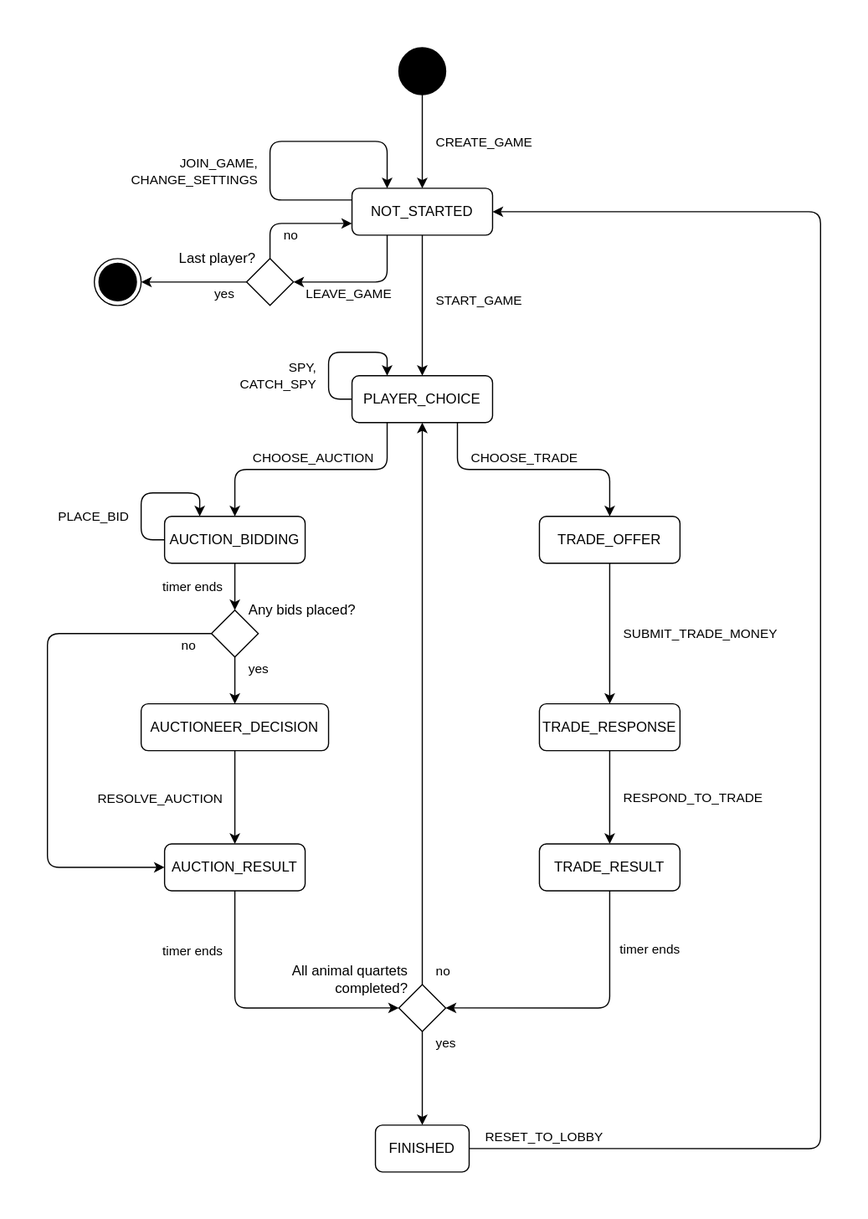
Before: docs/state-machine-diagram.svg, a diagram exported from draw.io (AAUSoftwareEngineering2/SE2_Gruppenprojekt). Source tidied: cells renumbered, new cells last; positions are measured from the earlier drawing's top-left corner, leaving out a move shared by most shapes.
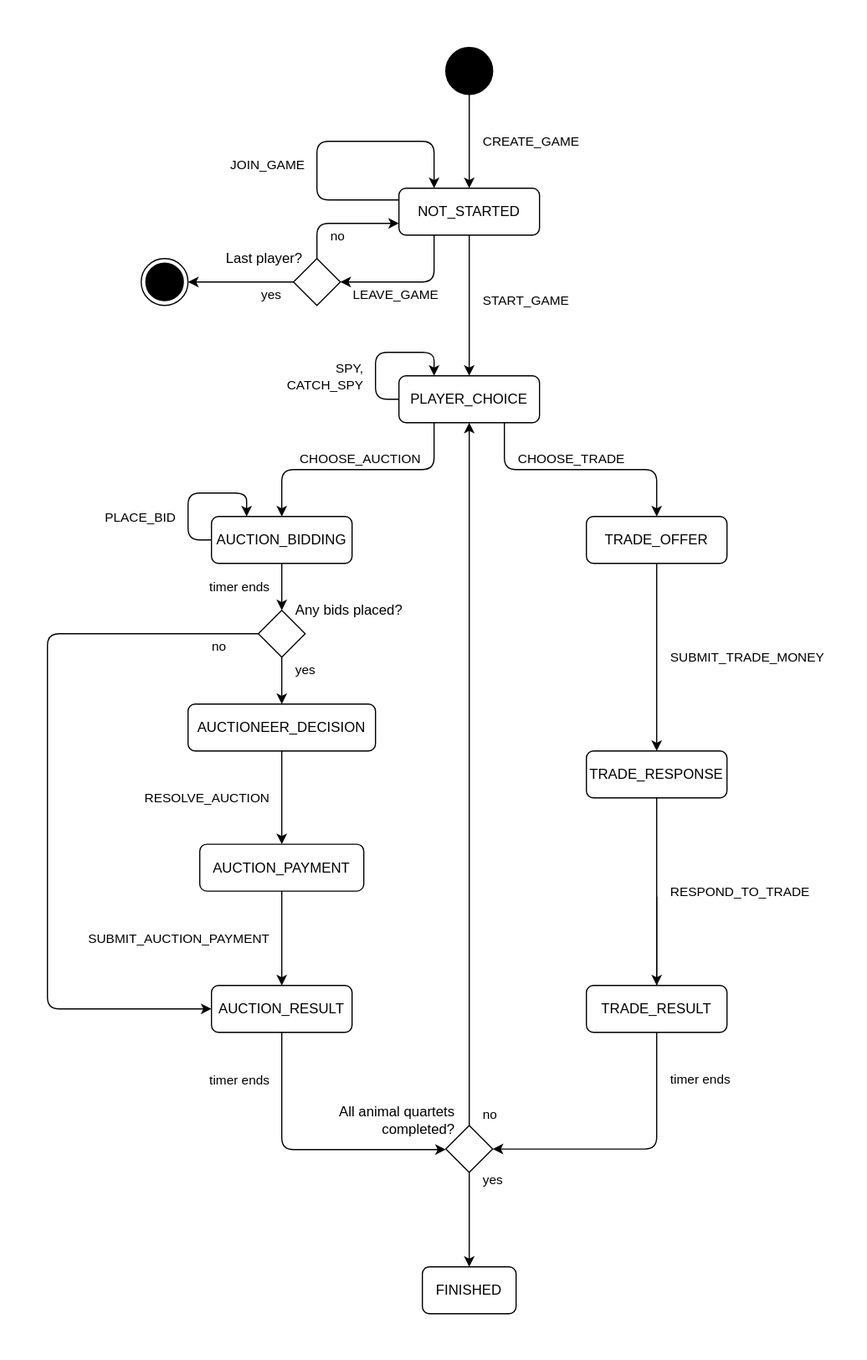
The same file after the commit.

Commit message:
docs: update state machine diagram to reflect current project state

Change to the diagram source:
```diff
@@ -86,13 +86,13 @@
     </mxCell>
     <mxCell id="19" value="SUBMIT_TRADE_MONEY" style="edgeLabel;html=1;align=left;verticalAlign=middle;" parent="18" vertex="1">
       <mxGeometry x="-0.05" y="2" relative="1" as="geometry">
-        <mxPoint x="8" y="3" as="offset" />
+        <mxPoint x="8" y="4" as="offset" />
       </mxGeometry>
     </mxCell>
     <mxCell id="20" value="TRADE_OFFER" style="rounded=1;whiteSpace=wrap;html=1;" parent="1" vertex="1">
       <mxGeometry x="420" y="400" width="120" height="40" as="geometry" />
     </mxCell>
-    <mxCell id="21" style="edgeStyle=orthogonalEdgeStyle;rounded=1;jettySize=auto;html=1;exitX=0.5;exitY=1;exitDx=0;exitDy=0;entryX=0.5;entryY=0;entryDx=0;entryDy=0;curved=0;" parent="1" edge="1" source="23" target="31">
+    <mxCell id="21" style="edgeStyle=orthogonalEdgeStyle;rounded=1;jettySize=auto;html=1;exitX=0.5;exitY=1;exitDx=0;exitDy=0;entryX=0.5;entryY=0;entryDx=0;entryDy=0;curved=0;" parent="1" edge="1" source="23" target="63">
       <mxGeometry relative="1" as="geometry" />
     </mxCell>
     <mxCell id="22" value="RESOLVE_AUCTION" style="edgeLabel;html=1;align=right;verticalAlign=middle;" parent="21" vertex="1">
@@ -100,6 +100,11 @@
         <mxPoint x="-11" y="2" as="offset" />
       </mxGeometry>
     </mxCell>
+    <mxCell id="61" value="SUBMIT_AUCTION_PAYMENT" style="edgeLabel;html=1;align=right;verticalAlign=middle;" parent="21" vertex="1">
+      <mxGeometry x="-0.04" y="1" relative="1" as="geometry">
+        <mxPoint x="-11" y="122" as="offset" />
+      </mxGeometry>
+    </mxCell>
     <mxCell id="23" value="AUCTIONEER_DECISION" style="rounded=1;whiteSpace=wrap;html=1;" parent="1" vertex="1">
       <mxGeometry x="80" y="560" width="160" height="40" as="geometry" />
     </mxCell>
@@ -108,11 +113,11 @@
     </mxCell>
     <mxCell id="25" value="RESPOND_TO_TRADE" style="edgeLabel;html=1;align=left;verticalAlign=middle;" parent="24" vertex="1">
       <mxGeometry x="-0.42" y="1" relative="1" as="geometry">
-        <mxPoint x="9" y="17" as="offset" />
+        <mxPoint x="9" y="33" as="offset" />
       </mxGeometry>
     </mxCell>
     <mxCell id="26" value="TRADE_RESPONSE" style="rounded=1;whiteSpace=wrap;html=1;" parent="1" vertex="1">
-      <mxGeometry x="420" y="560" width="120" height="40" as="geometry" />
+      <mxGeometry x="420" y="600" width="120" height="40" as="geometry" />
     </mxCell>
     <mxCell id="27" style="edgeStyle=orthogonalEdgeStyle;rounded=1;orthogonalLoop=1;jettySize=auto;html=1;exitX=0;exitY=0.5;exitDx=0;exitDy=0;entryX=0.25;entryY=0;entryDx=0;entryDy=0;curved=0;" parent="1" edge="1" source="17" target="17">
       <mxGeometry relative="1" as="geometry">
@@ -131,17 +136,18 @@
     <mxCell id="29" style="edgeStyle=orthogonalEdgeStyle;rounded=1;jettySize=auto;html=1;exitX=0.5;exitY=1;exitDx=0;exitDy=0;entryX=0;entryY=0.5;entryDx=0;entryDy=0;curved=0;" parent="1" edge="1" source="31" target="41">
       <mxGeometry relative="1" as="geometry">
         <Array as="points">
-          <mxPoint x="160" y="819.6" />
+          <mxPoint x="160" y="940" />
+          <mxPoint x="300" y="940" />
         </Array>
       </mxGeometry>
     </mxCell>
     <mxCell id="30" value="timer ends" style="edgeLabel;html=1;align=right;verticalAlign=middle;" parent="29" vertex="1">
       <mxGeometry x="-0.33" relative="1" as="geometry">
-        <mxPoint x="-10" y="-30" as="offset" />
+        <mxPoint x="-10" y="-41" as="offset" />
       </mxGeometry>
     </mxCell>
     <mxCell id="31" value="AUCTION_RESULT" style="rounded=1;whiteSpace=wrap;html=1;" parent="1" vertex="1">
-      <mxGeometry x="100" y="679.6" width="120" height="40" as="geometry" />
+      <mxGeometry x="100" y="800" width="120" height="40" as="geometry" />
     </mxCell>
     <mxCell id="32" style="edgeStyle=orthogonalEdgeStyle;rounded=1;orthogonalLoop=1;jettySize=auto;html=1;exitX=0;exitY=0.25;exitDx=0;exitDy=0;entryX=0.25;entryY=0;entryDx=0;entryDy=0;curved=0;" parent="1" edge="1" source="6" target="6">
       <mxGeometry relative="1" as="geometry">
@@ -152,9 +158,9 @@
         </Array>
       </mxGeometry>
     </mxCell>
-    <mxCell id="33" value="JOIN_GAME,&lt;div&gt;CHANGE_SETTINGS&lt;/div&gt;" style="edgeLabel;html=1;align=right;verticalAlign=middle;" parent="32" vertex="1">
+    <mxCell id="33" value="JOIN_GAME" style="edgeLabel;html=1;align=right;verticalAlign=middle;" parent="32" vertex="1">
       <mxGeometry x="-0.17" y="-2" relative="1" as="geometry">
-        <mxPoint x="-12" y="13" as="offset" />
+        <mxPoint x="-12" y="7" as="offset" />
       </mxGeometry>
     </mxCell>
     <mxCell id="34" style="edgeStyle=orthogonalEdgeStyle;rounded=1;jettySize=auto;html=1;exitX=0.5;exitY=1;exitDx=0;exitDy=0;entryX=1;entryY=0.5;entryDx=0;entryDy=0;curved=0;" parent="1" edge="1" source="36" target="41">
@@ -167,11 +173,11 @@
     </mxCell>
     <mxCell id="35" value="timer ends" style="edgeLabel;html=1;align=left;verticalAlign=middle;" parent="34" vertex="1">
       <mxGeometry x="-0.36" y="1" relative="1" as="geometry">
-        <mxPoint x="6" y="-27" as="offset" />
+        <mxPoint x="9" y="127" as="offset" />
       </mxGeometry>
     </mxCell>
     <mxCell id="36" value="TRADE_RESULT" style="rounded=1;whiteSpace=wrap;html=1;" parent="1" vertex="1">
-      <mxGeometry x="420" y="679.6" width="120" height="40" as="geometry" />
+      <mxGeometry x="420" y="800" width="120" height="40" as="geometry" />
     </mxCell>
     <mxCell id="37" style="edgeStyle=orthogonalEdgeStyle;rounded=1;jettySize=auto;html=1;exitX=0.5;exitY=0;exitDx=0;exitDy=0;entryX=0.5;entryY=1;entryDx=0;entryDy=0;curved=0;" parent="1" edge="1" source="41" target="14">
       <mxGeometry relative="1" as="geometry">
@@ -182,7 +188,7 @@
     </mxCell>
     <mxCell id="38" value="no" style="edgeLabel;html=1;align=left;verticalAlign=middle;" parent="37" vertex="1">
       <mxGeometry x="-0.93" y="-1" relative="1" as="geometry">
-        <mxPoint x="9" y="6" as="offset" />
+        <mxPoint x="9" y="12" as="offset" />
       </mxGeometry>
     </mxCell>
     <mxCell id="39" style="edgeStyle=orthogonalEdgeStyle;rounded=1;jettySize=auto;html=1;exitX=0.5;exitY=1;exitDx=0;exitDy=0;entryX=0.5;entryY=0;entryDx=0;entryDy=0;curved=0;" parent="1" edge="1" source="41" target="45">
@@ -190,30 +196,17 @@
     </mxCell>
     <mxCell id="40" value="yes" style="edgeLabel;html=1;align=left;verticalAlign=middle;" parent="39" vertex="1">
       <mxGeometry x="-0.81" y="2" relative="1" as="geometry">
-        <mxPoint x="8" y="2" as="offset" />
+        <mxPoint x="8" y="-1" as="offset" />
       </mxGeometry>
     </mxCell>
     <mxCell id="41" style="rhombus;" parent="1" vertex="1">
-      <mxGeometry x="300" y="799.6" width="40" height="40" as="geometry" />
+      <mxGeometry x="300" y="919.6" width="40" height="40" as="geometry" />
     </mxCell>
     <mxCell id="42" value="All animal quartets completed?" style="text;html=1;whiteSpace=wrap;strokeColor=none;fillColor=none;align=right;verticalAlign=middle;rounded=0;" parent="1" vertex="1">
-      <mxGeometry x="200" y="779.6" width="110" height="30" as="geometry" />
+      <mxGeometry x="200" y="900" width="110" height="30" as="geometry" />
     </mxCell>
-    <mxCell id="43" style="edgeStyle=orthogonalEdgeStyle;rounded=1;jettySize=auto;html=1;exitX=1;exitY=0.5;exitDx=0;exitDy=0;entryX=1;entryY=0.5;entryDx=0;entryDy=0;curved=0;" parent="1" edge="1" source="45" target="6">
-      <mxGeometry relative="1" as="geometry">
-        <Array as="points">
-          <mxPoint x="660" y="940" />
-          <mxPoint x="660" y="140" />
-        </Array>
-      </mxGeometry>
-    </mxCell>
-    <mxCell id="44" value="RESET_TO_LOBBY" style="edgeLabel;html=1;align=left;verticalAlign=middle;" parent="43" vertex="1">
-      <mxGeometry x="-0.89" y="2" relative="1" as="geometry">
-        <mxPoint x="-66" y="-8" as="offset" />
-      </mxGeometry>
-    </mxCell>
     <mxCell id="45" value="FINISHED" style="rounded=1;whiteSpace=wrap;html=1;" parent="1" vertex="1">
-      <mxGeometry x="280" y="919.6" width="80" height="40" as="geometry" />
+      <mxGeometry x="280" y="1040" width="80" height="40" as="geometry" />
     </mxCell>
     <mxCell id="46" style="edgeStyle=orthogonalEdgeStyle;rounded=1;jettySize=auto;html=1;exitX=0.5;exitY=1;exitDx=0;exitDy=0;entryX=0.5;entryY=0;entryDx=0;entryDy=0;curved=0;" parent="1" edge="1" source="50" target="23">
       <mxGeometry relative="1" as="geometry" />
@@ -226,8 +219,8 @@
     <mxCell id="48" style="edgeStyle=orthogonalEdgeStyle;rounded=1;jettySize=auto;html=1;exitX=0;exitY=0.5;exitDx=0;exitDy=0;entryX=0;entryY=0.5;entryDx=0;entryDy=0;curved=0;" parent="1" edge="1" source="50" target="31">
       <mxGeometry relative="1" as="geometry">
         <Array as="points">
-          <mxPoint y="500" />
-          <mxPoint y="700" />
+          <mxPoint x="-40" y="500" />
+          <mxPoint x="-40" y="820" />
         </Array>
       </mxGeometry>
     </mxCell>
@@ -285,5 +278,11 @@
     <mxCell id="60" style="ellipse;html=1;shape=endState;fillColor=strokeColor;" parent="1" vertex="1">
       <mxGeometry x="40" y="180" width="40" height="40" as="geometry" />
     </mxCell>
+    <mxCell id="62" style="edgeStyle=orthogonalEdgeStyle;rounded=1;jettySize=auto;html=1;exitX=0.5;exitY=1;exitDx=0;exitDy=0;entryX=0.5;entryY=0;entryDx=0;entryDy=0;curved=0;" parent="1" edge="1" source="63" target="31">
+      <mxGeometry relative="1" as="geometry" />
+    </mxCell>
+    <mxCell id="63" value="AUCTION_PAYMENT" style="rounded=1;whiteSpace=wrap;html=1;" parent="1" vertex="1">
+      <mxGeometry x="90" y="679.6" width="140" height="40" as="geometry" />
+    </mxCell>
   </root>
 </mxGraphModel>
```
